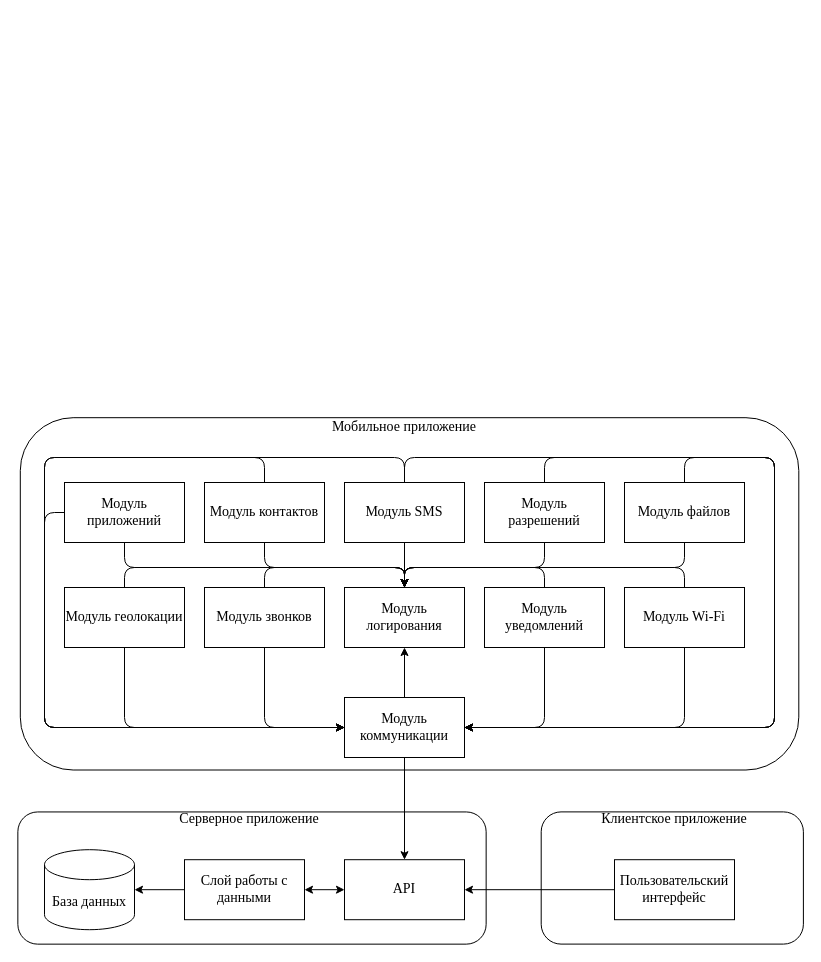
This is files/Архитектура.drawio from redmolle/BehavioralAnalysis, a draw.io file, before an edit. Source tidied: cells renumbered, new cells numbered last; positions are measured from the earlier drawing's top-left corner, leaving out a move shared by most shapes. Both pictures are drawn from the tidied source at 100%, with x=0, y=0 at pixel (44, 204).
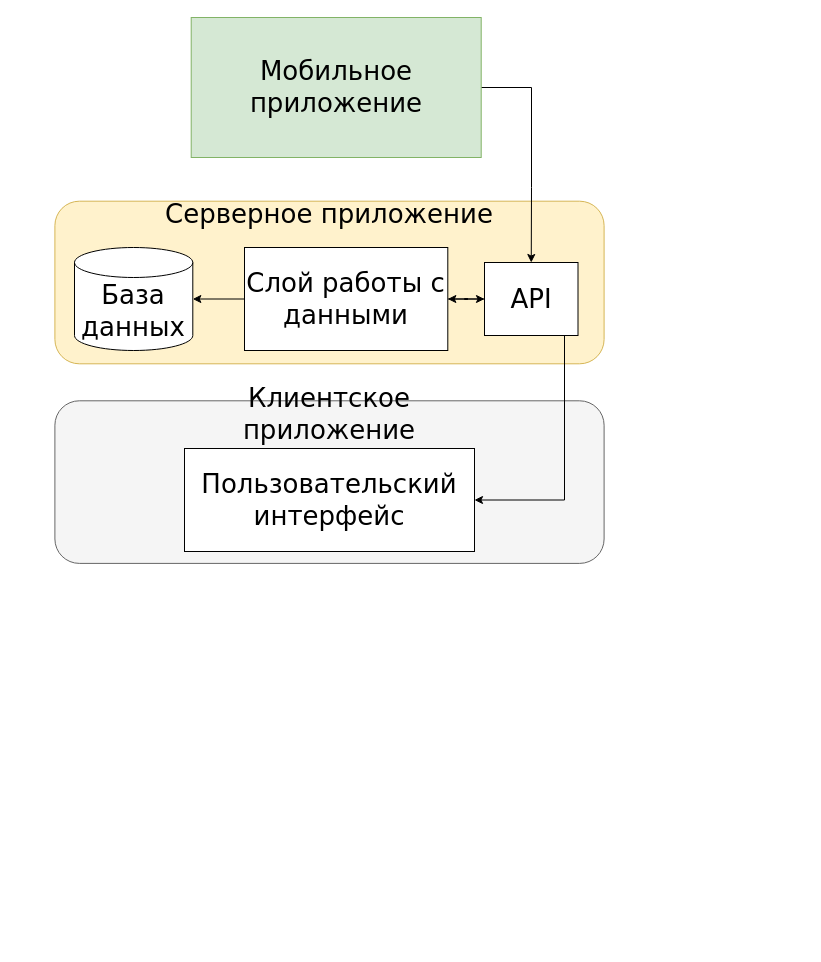
The same diagram, later.

What changed in the source:
```diff
@@
+    <mxCell id="47" style="group;" parent="1" vertex="1">
+      <mxGeometry x="50" y="-17" width="483.5" height="190" as="geometry" />
+    </mxCell>
-    <mxCell id="2" style="rounded=1;whiteSpace=wrap;html=1;rotation=90;direction=west;" parent="1" vertex="1">
-      <mxGeometry x="188.9" y="0.1" width="352.3" height="778.5" as="geometry" />
+    <mxCell id="2" style="rounded=1;whiteSpace=wrap;html=1;rotation=90;direction=west;fontFamily=Verdana;fontSize=26;fillColor=#fff2cc;strokeColor=#d6b656;" parent="47" vertex="1">
+      <mxGeometry x="153.7" y="-179.6" width="162.6" height="549.2" as="geometry" />
     </mxCell>
-    <mxCell id="3" value="&lt;font style=&quot;font-size: 14px&quot; face=&quot;Times New Roman&quot;&gt;Модуль звонков&lt;/font&gt;" style="rounded=0;whiteSpace=wrap;html=1;" parent="1" vertex="1">
-      <mxGeometry x="160" y="383" width="120" height="60" as="geometry" />
-    </mxCell>
-    <mxCell id="4" value="&lt;font face=&quot;Times New Roman&quot; style=&quot;font-size: 14px&quot;&gt;Модуль геолокации&lt;/font&gt;" style="rounded=0;whiteSpace=wrap;html=1;" parent="1" vertex="1">
-      <mxGeometry x="20" y="383" width="120" height="60" as="geometry" />
-    </mxCell>
-    <mxCell id="5" value="&lt;font face=&quot;Times New Roman&quot; style=&quot;font-size: 14px&quot;&gt;Модуль приложений&lt;/font&gt;" style="rounded=0;whiteSpace=wrap;html=1;" parent="1" vertex="1">
-      <mxGeometry x="20" y="278" width="120" height="60" as="geometry" />
-    </mxCell>
-    <mxCell id="6" value="&lt;font face=&quot;Times New Roman&quot;&gt;&lt;span style=&quot;font-size: 14px&quot;&gt;Мобильное приложение&lt;/span&gt;&lt;/font&gt;" style="text;html=1;strokeColor=none;fillColor=none;align=center;verticalAlign=middle;whiteSpace=wrap;rounded=0;rotation=0;" parent="1" vertex="1">
-      <mxGeometry x="285" y="213" width="150" height="20" as="geometry" />
+    <mxCell id="6" value="&lt;font style=&quot;font-size: 26px&quot;&gt;&lt;span style=&quot;font-size: 26px&quot;&gt;Серверное приложение&lt;/span&gt;&lt;/font&gt;" style="text;html=1;strokeColor=none;fillColor=none;align=center;verticalAlign=middle;whiteSpace=wrap;rounded=0;rotation=0;fontFamily=Verdana;fontSize=26;" parent="47" vertex="1">
+      <mxGeometry x="66" y="16.9" width="338" height="20" as="geometry" />
     </mxCell>
-    <mxCell id="7" value="&lt;font style=&quot;font-size: 14px&quot; face=&quot;Times New Roman&quot;&gt;Модуль контактов&lt;/font&gt;" style="rounded=0;whiteSpace=wrap;html=1;" parent="1" vertex="1">
-      <mxGeometry x="160" y="278" width="120" height="60" as="geometry" />
-    </mxCell>
-    <mxCell id="8" value="&lt;font style=&quot;font-size: 14px&quot; face=&quot;Times New Roman&quot;&gt;Модуль SMS&lt;/font&gt;" style="rounded=0;whiteSpace=wrap;html=1;" parent="1" vertex="1">
-      <mxGeometry x="300" y="278" width="120" height="60" as="geometry" />
-    </mxCell>
-    <mxCell id="9" value="&lt;font style=&quot;font-size: 14px&quot; face=&quot;Times New Roman&quot;&gt;Модуль Wi-Fi&lt;/font&gt;" style="rounded=0;whiteSpace=wrap;html=1;" parent="1" vertex="1">
-      <mxGeometry x="580" y="383" width="120" height="60" as="geometry" />
-    </mxCell>
-    <mxCell id="10" value="&lt;font style=&quot;font-size: 14px&quot; face=&quot;Times New Roman&quot;&gt;Модуль разрешений&lt;/font&gt;" style="rounded=0;whiteSpace=wrap;html=1;" parent="1" vertex="1">
-      <mxGeometry x="440" y="278" width="120" height="60" as="geometry" />
-    </mxCell>
-    <mxCell id="11" value="&lt;font style=&quot;font-size: 14px&quot; face=&quot;Times New Roman&quot;&gt;Модуль файлов&lt;/font&gt;" style="rounded=0;whiteSpace=wrap;html=1;" parent="1" vertex="1">
-      <mxGeometry x="580" y="278" width="120" height="60" as="geometry" />
-    </mxCell>
-    <mxCell id="12" value="&lt;font style=&quot;font-size: 14px&quot; face=&quot;Times New Roman&quot;&gt;Модуль уведомлений&lt;/font&gt;" style="rounded=0;whiteSpace=wrap;html=1;" parent="1" vertex="1">
-      <mxGeometry x="440" y="383" width="120" height="60" as="geometry" />
-    </mxCell>
-    <mxCell id="13" value="&lt;font style=&quot;font-size: 14px&quot; face=&quot;Times New Roman&quot;&gt;Модуль логирования&lt;/font&gt;" style="rounded=0;whiteSpace=wrap;html=1;" parent="1" vertex="1">
-      <mxGeometry x="300" y="383" width="120" height="60" as="geometry" />
-    </mxCell>
-    <mxCell id="14" value="&lt;font style=&quot;font-size: 14px&quot; face=&quot;Times New Roman&quot;&gt;Модуль коммуникации&lt;/font&gt;" style="rounded=0;whiteSpace=wrap;html=1;" parent="1" vertex="1">
-      <mxGeometry x="300" y="493" width="120" height="60" as="geometry" />
-    </mxCell>
-    <mxCell id="15" style="endArrow=classic;html=1;entryX=0.5;entryY=0;entryDx=0;entryDy=0;exitX=0.5;exitY=1;exitDx=0;exitDy=0;" parent="1" edge="1" source="5" target="13">
-      <mxGeometry relative="1" as="geometry">
-        <Array as="points">
-          <mxPoint x="80" y="363" />
-          <mxPoint x="360" y="363" />
-        </Array>
-      </mxGeometry>
-    </mxCell>
-    <mxCell id="16" style="endArrow=classic;html=1;exitX=0.5;exitY=0;exitDx=0;exitDy=0;entryX=0.5;entryY=0;entryDx=0;entryDy=0;" parent="1" edge="1" source="4" target="13">
-      <mxGeometry relative="1" as="geometry">
-        <Array as="points">
-          <mxPoint x="80" y="363" />
-          <mxPoint x="360" y="363" />
-        </Array>
-      </mxGeometry>
-    </mxCell>
-    <mxCell id="17" style="endArrow=classic;html=1;entryX=0.5;entryY=0;entryDx=0;entryDy=0;exitX=0.5;exitY=1;exitDx=0;exitDy=0;" parent="1" edge="1" source="7" target="13">
-      <mxGeometry relative="1" as="geometry">
-        <Array as="points">
-          <mxPoint x="220" y="363" />
-          <mxPoint x="360" y="363" />
-        </Array>
-      </mxGeometry>
-    </mxCell>
-    <mxCell id="18" style="endArrow=classic;html=1;exitX=0.5;exitY=0;exitDx=0;exitDy=0;entryX=0.5;entryY=0;entryDx=0;entryDy=0;" parent="1" edge="1" source="3" target="13">
-      <mxGeometry relative="1" as="geometry">
-        <Array as="points">
-          <mxPoint x="220" y="363" />
-          <mxPoint x="360" y="363" />
-        </Array>
-      </mxGeometry>
-    </mxCell>
-    <mxCell id="19" style="endArrow=classic;html=1;exitX=0.5;exitY=1;exitDx=0;exitDy=0;" parent="1" edge="1" source="8">
-      <mxGeometry relative="1" as="geometry">
-        <mxPoint x="360" y="383" as="targetPoint" />
-      </mxGeometry>
-    </mxCell>
-    <mxCell id="20" style="endArrow=classic;html=1;exitX=0.5;exitY=1;exitDx=0;exitDy=0;" parent="1" edge="1" source="10">
-      <mxGeometry relative="1" as="geometry">
-        <mxPoint x="360" y="383" as="targetPoint" />
-        <Array as="points">
-          <mxPoint x="500" y="363" />
-          <mxPoint x="360" y="363" />
-        </Array>
-      </mxGeometry>
-    </mxCell>
-    <mxCell id="21" style="endArrow=classic;html=1;entryX=0.5;entryY=0;entryDx=0;entryDy=0;exitX=0.5;exitY=1;exitDx=0;exitDy=0;" parent="1" edge="1" source="11" target="13">
-      <mxGeometry relative="1" as="geometry">
-        <Array as="points">
-          <mxPoint x="640" y="363" />
-          <mxPoint x="360" y="363" />
-        </Array>
-      </mxGeometry>
-    </mxCell>
-    <mxCell id="22" style="endArrow=classic;html=1;exitX=0.5;exitY=0;exitDx=0;exitDy=0;entryX=0.5;entryY=0;entryDx=0;entryDy=0;" parent="1" edge="1" source="9" target="13">
-      <mxGeometry relative="1" as="geometry">
-        <Array as="points">
-          <mxPoint x="640" y="363" />
-          <mxPoint x="360" y="363" />
-        </Array>
-      </mxGeometry>
-    </mxCell>
-    <mxCell id="23" style="endArrow=classic;html=1;exitX=0.5;exitY=0;exitDx=0;exitDy=0;entryX=0.5;entryY=0;entryDx=0;entryDy=0;" parent="1" edge="1" source="12" target="13">
-      <mxGeometry relative="1" as="geometry">
-        <Array as="points">
-          <mxPoint x="500" y="363" />
-          <mxPoint x="360" y="363" />
-        </Array>
-      </mxGeometry>
-    </mxCell>
-    <mxCell id="24" style="endArrow=classic;html=1;exitX=0.5;exitY=0;exitDx=0;exitDy=0;entryX=0.5;entryY=1;entryDx=0;entryDy=0;" parent="1" edge="1" source="14" target="13">
-      <mxGeometry relative="1" as="geometry" />
-    </mxCell>
-    <mxCell id="25" style="endArrow=classic;html=1;entryX=0;entryY=0.5;entryDx=0;entryDy=0;exitX=0;exitY=0.5;exitDx=0;exitDy=0;" parent="1" edge="1" source="5" target="14">
-      <mxGeometry relative="1" as="geometry">
-        <Array as="points">
-          <mxPoint y="308" />
-          <mxPoint y="523" />
-        </Array>
-      </mxGeometry>
-    </mxCell>
-    <mxCell id="26" style="endArrow=classic;html=1;exitX=0.5;exitY=1;exitDx=0;exitDy=0;entryX=0;entryY=0.5;entryDx=0;entryDy=0;" parent="1" edge="1" source="4" target="14">
-      <mxGeometry relative="1" as="geometry">
-        <Array as="points">
-          <mxPoint x="80" y="523" />
-        </Array>
-      </mxGeometry>
-    </mxCell>
-    <mxCell id="27" style="endArrow=classic;html=1;exitX=0.5;exitY=0;exitDx=0;exitDy=0;entryX=0;entryY=0.5;entryDx=0;entryDy=0;" parent="1" edge="1" source="7" target="14">
-      <mxGeometry relative="1" as="geometry">
-        <Array as="points">
-          <mxPoint x="220" y="253" />
-          <mxPoint y="253" />
-          <mxPoint y="523" />
-        </Array>
-      </mxGeometry>
-    </mxCell>
-    <mxCell id="28" style="endArrow=classic;html=1;exitX=0.5;exitY=0;exitDx=0;exitDy=0;entryX=0;entryY=0.5;entryDx=0;entryDy=0;" parent="1" edge="1" source="8" target="14">
-      <mxGeometry relative="1" as="geometry">
-        <Array as="points">
-          <mxPoint x="360" y="253" />
-          <mxPoint y="253" />
-          <mxPoint y="523" />
-        </Array>
-      </mxGeometry>
-    </mxCell>
-    <mxCell id="29" style="endArrow=classic;html=1;exitX=0.5;exitY=0;exitDx=0;exitDy=0;entryX=1;entryY=0.5;entryDx=0;entryDy=0;" parent="1" edge="1" source="10" target="14">
-      <mxGeometry relative="1" as="geometry">
-        <Array as="points">
-          <mxPoint x="500" y="253" />
-          <mxPoint x="730" y="253" />
-          <mxPoint x="730" y="523" />
-        </Array>
-      </mxGeometry>
-    </mxCell>
-    <mxCell id="30" style="endArrow=classic;html=1;exitX=0.5;exitY=0;exitDx=0;exitDy=0;entryX=1;entryY=0.5;entryDx=0;entryDy=0;" parent="1" edge="1" source="8" target="14">
-      <mxGeometry relative="1" as="geometry">
-        <Array as="points">
-          <mxPoint x="360" y="253" />
-          <mxPoint x="730" y="253" />
-          <mxPoint x="730" y="523" />
-        </Array>
-      </mxGeometry>
-    </mxCell>
-    <mxCell id="31" style="endArrow=classic;html=1;exitX=0.5;exitY=0;exitDx=0;exitDy=0;" parent="1" edge="1" source="11">
-      <mxGeometry relative="1" as="geometry">
-        <mxPoint x="420" y="523" as="targetPoint" />
-        <Array as="points">
-          <mxPoint x="640" y="253" />
-          <mxPoint x="730" y="253" />
-          <mxPoint x="730" y="523" />
-        </Array>
-      </mxGeometry>
-    </mxCell>
-    <mxCell id="32" style="endArrow=classic;html=1;exitX=0.5;exitY=1;exitDx=0;exitDy=0;entryX=0;entryY=0.5;entryDx=0;entryDy=0;" parent="1" edge="1" source="3" target="14">
-      <mxGeometry relative="1" as="geometry">
-        <Array as="points">
-          <mxPoint x="220" y="523" />
-        </Array>
-      </mxGeometry>
-    </mxCell>
-    <mxCell id="33" style="endArrow=classic;html=1;exitX=0.5;exitY=1;exitDx=0;exitDy=0;entryX=1;entryY=0.5;entryDx=0;entryDy=0;" parent="1" edge="1" source="12" target="14">
-      <mxGeometry relative="1" as="geometry">
-        <Array as="points">
-          <mxPoint x="500" y="523" />
-        </Array>
-      </mxGeometry>
-    </mxCell>
-    <mxCell id="34" style="endArrow=classic;html=1;exitX=0.5;exitY=1;exitDx=0;exitDy=0;entryX=1;entryY=0.5;entryDx=0;entryDy=0;" parent="1" edge="1" source="9" target="14">
-      <mxGeometry relative="1" as="geometry">
-        <Array as="points">
-          <mxPoint x="640" y="523" />
-        </Array>
-      </mxGeometry>
-    </mxCell>
-    <mxCell id="35" style="rounded=1;whiteSpace=wrap;html=1;rotation=90;direction=west;" parent="1" vertex="1">
-      <mxGeometry x="141.4" y="439.4" width="132.2" height="468.3" as="geometry" />
-    </mxCell>
-    <mxCell id="36" value="&lt;font face=&quot;Times New Roman&quot; style=&quot;font-size: 14px&quot;&gt;База данных&lt;/font&gt;" style="shape=cylinder3;whiteSpace=wrap;html=1;boundedLbl=1;backgroundOutline=1;size=15;" parent="1" vertex="1">
-      <mxGeometry y="645.2" width="90" height="80" as="geometry" />
+    <mxCell id="36" value="&lt;font style=&quot;font-size: 26px;&quot;&gt;База данных&lt;/font&gt;" style="shape=cylinder3;whiteSpace=wrap;html=1;boundedLbl=1;backgroundOutline=1;size=15;fontFamily=Verdana;fontSize=26;" parent="47" vertex="1">
+      <mxGeometry x="-20" y="60" width="118.3" height="103" as="geometry" />
     </mxCell>
-    <mxCell id="37" value="&lt;font face=&quot;Times New Roman&quot;&gt;&lt;span style=&quot;font-size: 14px&quot;&gt;Серверное приложение&lt;/span&gt;&lt;/font&gt;" style="text;html=1;strokeColor=none;fillColor=none;align=center;verticalAlign=middle;whiteSpace=wrap;rounded=0;rotation=0;" parent="1" vertex="1">
-      <mxGeometry x="130" y="605.2" width="150" height="20" as="geometry" />
-    </mxCell>
+    <mxCell id="44" style="edgeStyle=orthogonalEdgeStyle;rounded=0;jettySize=auto;html=1;entryX=1;entryY=0.5;entryDx=0;entryDy=0;entryPerimeter=0;fontFamily=Verdana;fontSize=26;" parent="47" edge="1" source="38" target="36">
+      <mxGeometry relative="1" as="geometry" />
+    </mxCell>
+    <mxCell id="45" style="edgeStyle=orthogonalEdgeStyle;rounded=0;jettySize=auto;html=1;entryX=0;entryY=0.5;entryDx=0;entryDy=0;fontFamily=Verdana;fontSize=26;" parent="47" edge="1" source="38" target="39">
+      <mxGeometry relative="1" as="geometry" />
+    </mxCell>
-    <mxCell id="38" value="&lt;font face=&quot;Times New Roman&quot; style=&quot;font-size: 14px&quot;&gt;Слой работы с данными&lt;/font&gt;" style="rounded=0;whiteSpace=wrap;html=1;" parent="1" vertex="1">
-      <mxGeometry x="140" y="655.2" width="120" height="60" as="geometry" />
+    <mxCell id="38" value="&lt;font style=&quot;font-size: 26px;&quot;&gt;Слой работы с данными&lt;/font&gt;" style="rounded=0;whiteSpace=wrap;html=1;fontFamily=Verdana;fontSize=26;" parent="47" vertex="1">
+      <mxGeometry x="150" y="60" width="203.3" height="103" as="geometry" />
     </mxCell>
+    <mxCell id="48" style="edgeStyle=orthogonalEdgeStyle;rounded=0;jettySize=auto;html=1;entryX=1;entryY=0.5;entryDx=0;entryDy=0;fontFamily=Verdana;fontSize=26;" parent="47" edge="1" source="39" target="38">
+      <mxGeometry relative="1" as="geometry" />
+    </mxCell>
-    <mxCell id="39" value="&lt;font face=&quot;Times New Roman&quot; style=&quot;font-size: 14px&quot;&gt;API&lt;/font&gt;" style="rounded=0;whiteSpace=wrap;html=1;" parent="1" vertex="1">
-      <mxGeometry x="300" y="655.2" width="120" height="60" as="geometry" />
+    <mxCell id="39" value="&lt;font style=&quot;font-size: 26px;&quot;&gt;API&lt;/font&gt;" style="rounded=0;whiteSpace=wrap;html=1;fontFamily=Verdana;fontSize=26;" parent="47" vertex="1">
+      <mxGeometry x="390" y="75" width="93.5" height="73" as="geometry" />
     </mxCell>
-    <mxCell id="40" style="rounded=1;whiteSpace=wrap;html=1;rotation=90;direction=west;" parent="1" vertex="1">
-      <mxGeometry x="561.7" y="542.4" width="132.2" height="262.2" as="geometry" />
-    </mxCell>
+    <mxCell id="49" style="edgeStyle=orthogonalEdgeStyle;rounded=0;jettySize=auto;html=1;entryX=0.5;entryY=0;entryDx=0;entryDy=0;fontFamily=Verdana;fontSize=26;" parent="1" edge="1" source="50" target="39">
+      <mxGeometry relative="1" as="geometry">
+        <Array as="points">
+          <mxPoint x="487" y="-17" />
+          <mxPoint x="487" y="-17" />
+        </Array>
+      </mxGeometry>
+    </mxCell>
+    <mxCell id="50" value="Мобильное приложение" style="rounded=0;whiteSpace=wrap;html=1;fontFamily=Verdana;fontSize=26;fillColor=#d5e8d4;strokeColor=#82b366;" parent="1" vertex="1">
+      <mxGeometry x="146.7" y="-187" width="290" height="140" as="geometry" />
+    </mxCell>
+    <mxCell id="51" style="rounded=1;whiteSpace=wrap;html=1;rotation=90;direction=west;fontFamily=Verdana;fontSize=26;fillColor=#f5f5f5;strokeColor=#666666;fontColor=#333333;" parent="1" vertex="1">
+      <mxGeometry x="203.7" y="3" width="162.6" height="549.2" as="geometry" />
+    </mxCell>
-    <mxCell id="41" value="&lt;font face=&quot;Times New Roman&quot;&gt;&lt;span style=&quot;font-size: 14px&quot;&gt;Клиентское приложение&lt;/span&gt;&lt;/font&gt;" style="text;html=1;strokeColor=none;fillColor=none;align=center;verticalAlign=middle;whiteSpace=wrap;rounded=0;rotation=0;" parent="1" vertex="1">
-      <mxGeometry x="555" y="605.2" width="150" height="20" as="geometry" />
+    <mxCell id="41" value="&lt;font style=&quot;font-size: 26px&quot;&gt;&lt;span style=&quot;font-size: 26px&quot;&gt;Клиентское приложение&lt;/span&gt;&lt;/font&gt;" style="text;html=1;strokeColor=none;fillColor=none;align=center;verticalAlign=middle;whiteSpace=wrap;rounded=0;rotation=0;fontFamily=Verdana;fontSize=26;" parent="1" vertex="1">
+      <mxGeometry x="116" y="199.5" width="338" height="20" as="geometry" />
     </mxCell>
-    <mxCell id="42" value="&lt;font face=&quot;Times New Roman&quot; style=&quot;font-size: 14px&quot;&gt;Пользовательский интерфейс&lt;/font&gt;" style="rounded=0;whiteSpace=wrap;html=1;" parent="1" vertex="1">
-      <mxGeometry x="570" y="655.2" width="120" height="60" as="geometry" />
+    <mxCell id="42" value="&lt;font style=&quot;font-size: 26px&quot;&gt;Пользовательский интерфейс&lt;/font&gt;" style="rounded=0;whiteSpace=wrap;html=1;fontFamily=Verdana;fontSize=26;" parent="1" vertex="1">
+      <mxGeometry x="140" y="244" width="290" height="103" as="geometry" />
     </mxCell>
-    <mxCell id="43" style="endArrow=classic;html=1;exitX=0.5;exitY=1;exitDx=0;exitDy=0;entryX=0.5;entryY=0;entryDx=0;entryDy=0;" parent="1" edge="1" source="14" target="39">
-      <mxGeometry relative="1" as="geometry" />
-    </mxCell>
-    <mxCell id="44" style="endArrow=classic;html=1;exitX=0;exitY=0.5;exitDx=0;exitDy=0;" parent="1" edge="1" source="38" target="36">
-      <mxGeometry relative="1" as="geometry" />
-    </mxCell>
-    <mxCell id="45" style="endArrow=classic;startArrow=classic;html=1;exitX=1;exitY=0.5;exitDx=0;exitDy=0;entryX=0;entryY=0.5;entryDx=0;entryDy=0;" parent="1" edge="1" source="38" target="39">
-      <mxGeometry relative="1" as="geometry" />
-    </mxCell>
-    <mxCell id="46" style="endArrow=classic;html=1;exitX=0;exitY=0.5;exitDx=0;exitDy=0;" parent="1" edge="1" source="42" target="39">
-      <mxGeometry relative="1" as="geometry" />
-    </mxCell>
+    <mxCell id="52" style="edgeStyle=orthogonalEdgeStyle;rounded=0;jettySize=auto;html=1;entryX=1;entryY=0.5;entryDx=0;entryDy=0;fontFamily=Verdana;fontSize=26;" parent="1" edge="1" source="39" target="42">
+      <mxGeometry relative="1" as="geometry">
+        <Array as="points">
+          <mxPoint x="520" y="296" />
+        </Array>
+      </mxGeometry>
+    </mxCell>
```
